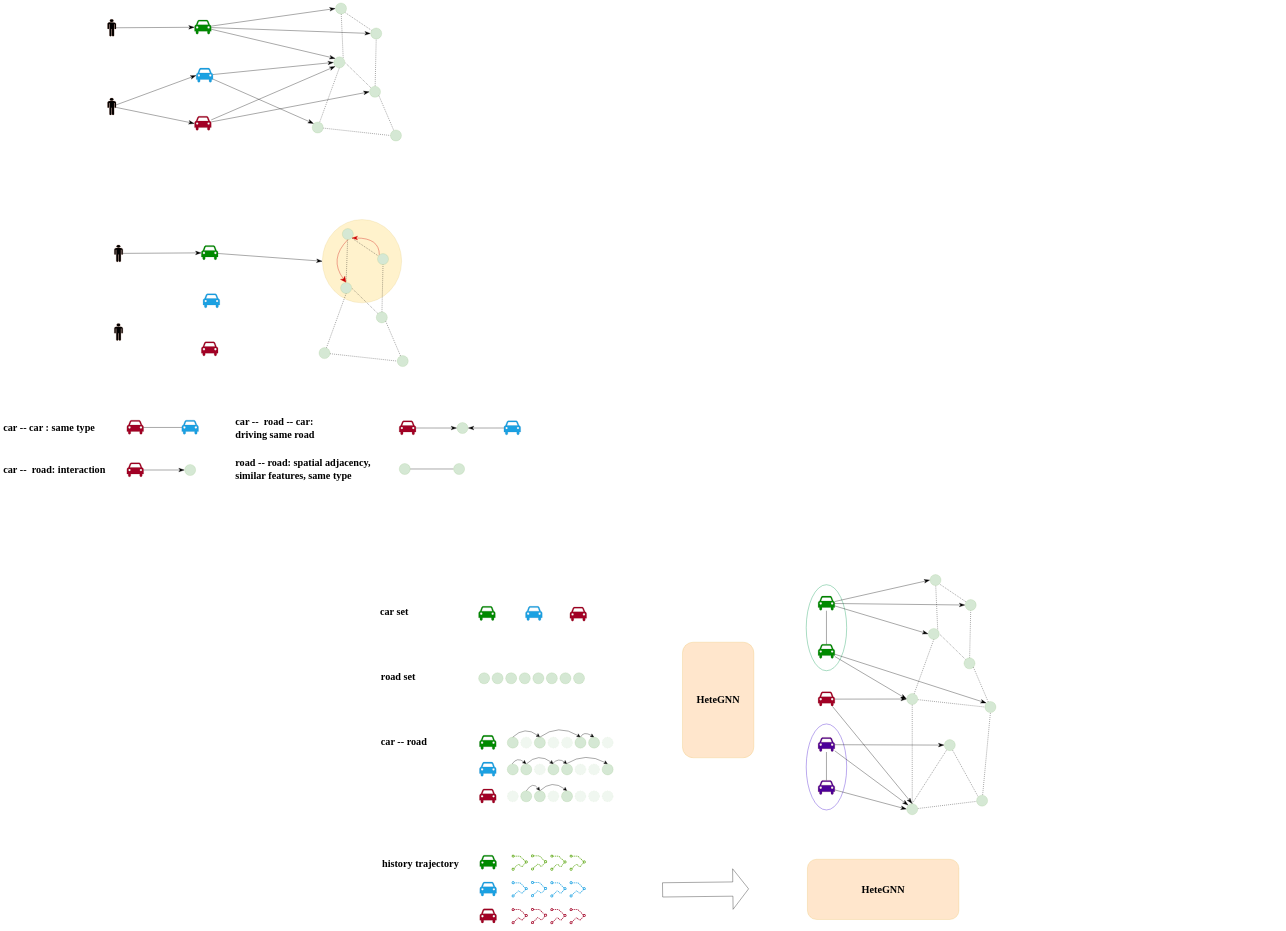
Earlier version of the draw.io diagram 车辆能耗预测.drawio (GPlaying/brain_map). Source tidied: cells renumbered, new cells numbered last; positions are measured from the earlier drawing's top-left corner, leaving out a move shared by most shapes. Both pictures are drawn from the tidied source at 17%, with x=0, y=0 at pixel (3, 3).
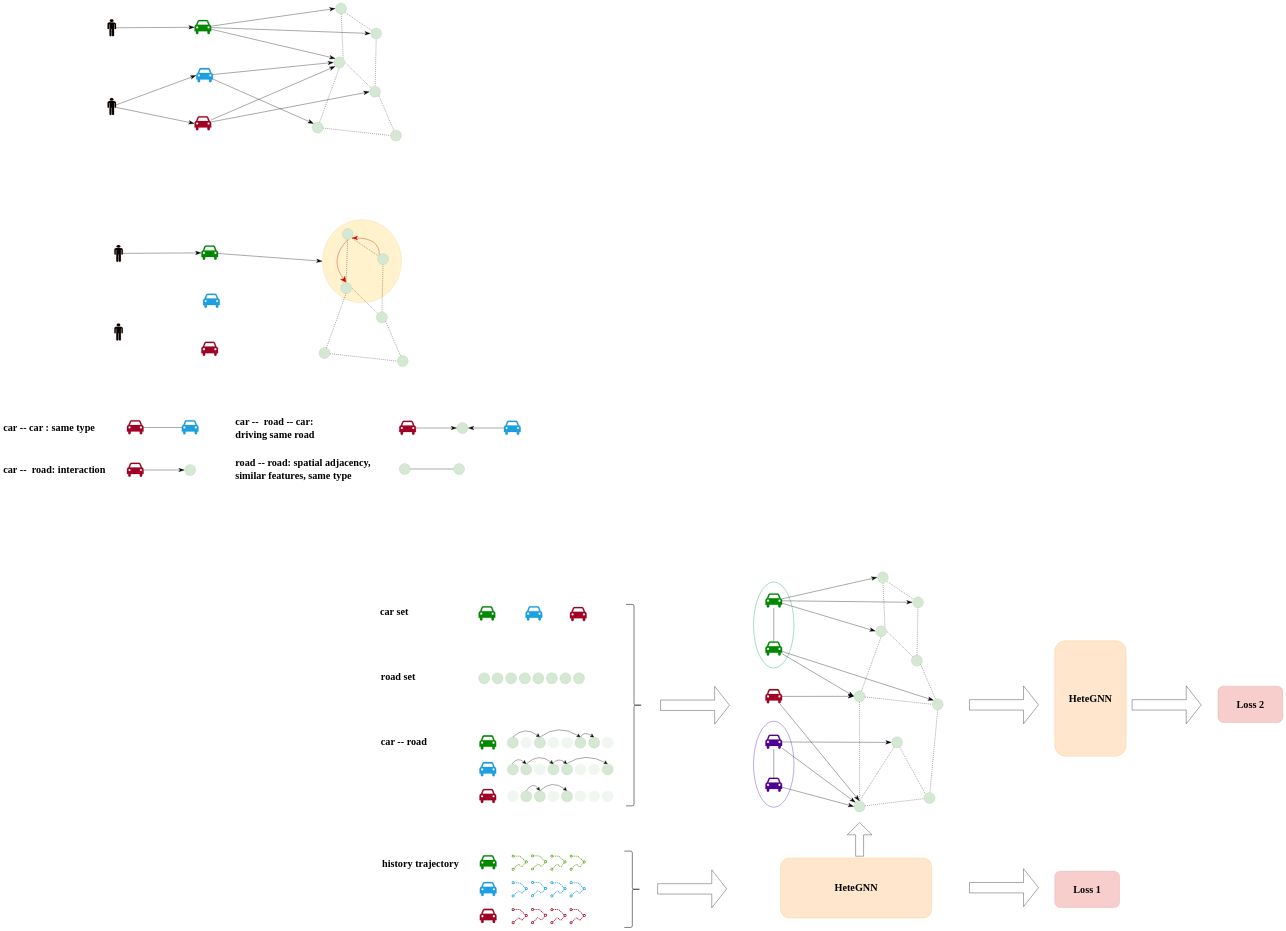
The same diagram, later.

Commit message (it also covers changes not shown here):
更新车辆能耗预测.drawio

Change to the diagram source:
```diff
@@
     <mxCell id="2" style="ellipse;whiteSpace=wrap;html=1;fontFamily=Helvetica;fontSize=11;fontColor=#ffffff;strokeColor=#3700CC;strokeWidth=2;fillColor=none;" parent="1" vertex="1">
-      <mxGeometry x="4725" y="4241" width="238" height="506" as="geometry" />
+      <mxGeometry x="4415" y="4225" width="238" height="506" as="geometry" />
     </mxCell>
     <mxCell id="3" style="ellipse;whiteSpace=wrap;html=1;fontFamily=Helvetica;fontSize=11;fontColor=default;strokeColor=#00994D;strokeWidth=2;" parent="1" vertex="1">
-      <mxGeometry x="4725" y="3422" width="238" height="506" as="geometry" />
+      <mxGeometry x="4415" y="3406" width="238" height="506" as="geometry" />
     </mxCell>
@@
     <mxCell id="76" style="shape=mxgraph.signs.transportation.car_4;html=1;fillColor=#008a00;strokeColor=#005700;verticalLabelPosition=bottom;verticalAlign=top;align=center;fontColor=#ffffff;" parent="1" vertex="1">
-      <mxGeometry x="4795" y="3489" width="98" height="86" as="geometry" />
+      <mxGeometry x="4485" y="3473" width="98" height="86" as="geometry" />
     </mxCell>
@@
     <mxCell id="79" style="shape=mxgraph.signs.transportation.car_4;html=1;fillColor=#008a00;strokeColor=#005700;verticalLabelPosition=bottom;verticalAlign=top;align=center;fontColor=#ffffff;" parent="1" vertex="1">
-      <mxGeometry x="4795" y="3772" width="98" height="86" as="geometry" />
+      <mxGeometry x="4485" y="3756" width="98" height="86" as="geometry" />
     </mxCell>
@@
     <mxCell id="82" style="shape=mxgraph.signs.transportation.car_4;html=1;fillColor=#a20025;strokeColor=#6F0000;verticalLabelPosition=bottom;verticalAlign=top;align=center;fontColor=#ffffff;" parent="1" vertex="1">
-      <mxGeometry x="4795" y="4052" width="98" height="86" as="geometry" />
+      <mxGeometry x="4485" y="4036" width="98" height="86" as="geometry" />
     </mxCell>
@@
     <mxCell id="85" style="shape=mxgraph.signs.transportation.car_4;html=1;fillColor=#4C0099;strokeColor=#6F0000;verticalLabelPosition=bottom;verticalAlign=top;align=center;fontColor=#ffffff;" parent="1" vertex="1">
-      <mxGeometry x="4795" y="4320" width="98" height="86" as="geometry" />
+      <mxGeometry x="4485" y="4304" width="98" height="86" as="geometry" />
     </mxCell>
@@
     <mxCell id="87" style="shape=mxgraph.signs.transportation.car_4;html=1;fillColor=#4C0099;strokeColor=#6F0000;verticalLabelPosition=bottom;verticalAlign=top;align=center;fontColor=#ffffff;" parent="1" vertex="1">
-      <mxGeometry x="4795" y="4573" width="98" height="86" as="geometry" />
+      <mxGeometry x="4485" y="4557" width="98" height="86" as="geometry" />
     </mxCell>
@@
     <mxCell id="91" style="ellipse;whiteSpace=wrap;html=1;fillColor=#d5e8d4;strokeColor=#82b366;" parent="1" vertex="1">
-      <mxGeometry x="5453" y="3362" width="65" height="65" as="geometry" />
+      <mxGeometry x="5143" y="3346" width="65" height="65" as="geometry" />
     </mxCell>
@@
     <mxCell id="93" style="ellipse;whiteSpace=wrap;html=1;fillColor=#d5e8d4;strokeColor=#82b366;" parent="1" vertex="1">
-      <mxGeometry x="5660" y="3509" width="65" height="65" as="geometry" />
+      <mxGeometry x="5350" y="3493" width="65" height="65" as="geometry" />
     </mxCell>
     <mxCell id="94" style="ellipse;whiteSpace=wrap;html=1;fillColor=#d5e8d4;strokeColor=#82b366;" parent="1" vertex="1">
-      <mxGeometry x="5443" y="3679" width="65" height="65" as="geometry" />
+      <mxGeometry x="5133" y="3663" width="65" height="65" as="geometry" />
     </mxCell>
@@
     <mxCell id="97" style="ellipse;whiteSpace=wrap;html=1;fillColor=#d5e8d4;strokeColor=#82b366;" parent="1" vertex="1">
-      <mxGeometry x="5653" y="3852" width="65" height="65" as="geometry" />
+      <mxGeometry x="5343" y="3836" width="65" height="65" as="geometry" />
     </mxCell>
@@
     <mxCell id="100" style="ellipse;whiteSpace=wrap;html=1;fillColor=#d5e8d4;strokeColor=#82b366;" parent="1" vertex="1">
-      <mxGeometry x="5316" y="4062" width="65" height="65" as="geometry" />
+      <mxGeometry x="5006" y="4046" width="65" height="65" as="geometry" />
     </mxCell>
@@
     <mxCell id="102" style="ellipse;whiteSpace=wrap;html=1;fillColor=#d5e8d4;strokeColor=#82b366;" parent="1" vertex="1">
-      <mxGeometry x="5776" y="4109" width="65" height="65" as="geometry" />
+      <mxGeometry x="5466" y="4093" width="65" height="65" as="geometry" />
     </mxCell>
@@
     <mxCell id="105" style="ellipse;whiteSpace=wrap;html=1;fillColor=#d5e8d4;strokeColor=#82b366;" parent="1" vertex="1">
-      <mxGeometry x="5537" y="4333" width="65" height="65" as="geometry" />
+      <mxGeometry x="5227" y="4317" width="65" height="65" as="geometry" />
     </mxCell>
@@
     <mxCell id="107" style="ellipse;whiteSpace=wrap;html=1;fillColor=#d5e8d4;strokeColor=#82b366;" parent="1" vertex="1">
-      <mxGeometry x="5727" y="4660" width="65" height="65" as="geometry" />
+      <mxGeometry x="5417" y="4644" width="65" height="65" as="geometry" />
     </mxCell>
@@
     <mxCell id="110" style="ellipse;whiteSpace=wrap;html=1;fillColor=#d5e8d4;strokeColor=#82b366;" parent="1" vertex="1">
-      <mxGeometry x="5316" y="4710" width="65" height="65" as="geometry" />
+      <mxGeometry x="5006" y="4694" width="65" height="65" as="geometry" />
     </mxCell>
@@
     <mxCell id="177" value="&lt;font size=&quot;1&quot; face=&quot;Times New Roman&quot;&gt;&lt;b style=&quot;font-size: 60px;&quot;&gt;HeteGNN&lt;/b&gt;&lt;/font&gt;" style="rounded=1;whiteSpace=wrap;html=1;fontFamily=Helvetica;fontSize=51;fillColor=#ffe6cc;strokeColor=#d79b00;" parent="1" vertex="1">
-      <mxGeometry x="4732" y="5037.1" width="891" height="354" as="geometry" />
+      <mxGeometry x="4573" y="5029" width="891" height="354" as="geometry" />
     </mxCell>
-    <mxCell id="178" style="shape=flexArrow;endArrow=classic;html=1;rounded=0;labelBackgroundColor=default;strokeColor=default;strokeWidth=2;align=center;verticalAlign=middle;fontFamily=Helvetica;fontSize=11;fontColor=default;startSize=16;endSize=30.22857142857143;endWidth=152.6530612244898;width=82.85714285714286;" parent="1" edge="1">
-      <mxGeometry relative="1" as="geometry">
-        <mxPoint x="3879" y="5217.1" as="sourcePoint" />
-        <mxPoint x="4387" y="5211.1" as="targetPoint" />
-      </mxGeometry>
-    </mxCell>
     <mxCell id="179" value="&lt;font size=&quot;1&quot; face=&quot;Times New Roman&quot;&gt;&lt;b style=&quot;font-size: 60px;&quot;&gt;HeteGNN&lt;/b&gt;&lt;/font&gt;" style="rounded=1;whiteSpace=wrap;html=1;fontFamily=Helvetica;fontSize=51;fillColor=#ffe6cc;strokeColor=#d79b00;" parent="1" vertex="1">
-      <mxGeometry x="3997" y="3760" width="420" height="680" as="geometry" />
+      <mxGeometry x="6187" y="3751" width="420" height="680" as="geometry" />
     </mxCell>
+    <mxCell id="180" style="shape=curlyBracket;whiteSpace=wrap;html=1;rounded=1;flipH=1;labelPosition=right;verticalLabelPosition=middle;align=left;verticalAlign=middle;fontFamily=Helvetica;fontSize=11;fontColor=default;strokeWidth=3;" parent="1" vertex="1">
+      <mxGeometry x="3665" y="3538" width="94" height="1185" as="geometry" />
+    </mxCell>
+    <mxCell id="181" style="shape=curlyBracket;whiteSpace=wrap;html=1;rounded=1;flipH=1;labelPosition=right;verticalLabelPosition=middle;align=left;verticalAlign=middle;fontFamily=Helvetica;fontSize=11;fontColor=default;strokeWidth=3;" parent="1" vertex="1">
+      <mxGeometry x="3655" y="4989" width="94" height="449" as="geometry" />
+    </mxCell>
+    <mxCell id="182" style="shape=flexArrow;endArrow=classic;html=1;rounded=0;labelBackgroundColor=default;strokeColor=default;strokeWidth=2;align=center;verticalAlign=middle;fontFamily=Helvetica;fontSize=11;fontColor=default;startSize=16;endSize=23.34;endWidth=96;width=46;" parent="1" edge="1">
+      <mxGeometry relative="1" as="geometry">
+        <mxPoint x="5039" y="5020" as="sourcePoint" />
+        <mxPoint x="5039" y="4820" as="targetPoint" />
+      </mxGeometry>
+    </mxCell>
+    <mxCell id="183" style="shape=flexArrow;endArrow=classic;html=1;rounded=0;labelBackgroundColor=default;strokeColor=default;strokeWidth=2;align=center;verticalAlign=middle;fontFamily=Helvetica;fontSize=11;fontColor=default;startSize=16;endSize=28.56666666666667;endWidth=160;width=60;" parent="1" edge="1">
+      <mxGeometry relative="1" as="geometry">
+        <mxPoint x="3867" y="4131" as="sourcePoint" />
+        <mxPoint x="4275" y="4131" as="targetPoint" />
+      </mxGeometry>
+    </mxCell>
+    <mxCell id="184" style="shape=flexArrow;endArrow=classic;html=1;rounded=0;labelBackgroundColor=default;strokeColor=default;strokeWidth=2;align=center;verticalAlign=middle;fontFamily=Helvetica;fontSize=11;fontColor=default;startSize=16;endSize=28.56666666666667;endWidth=160;width=60;" parent="1" edge="1">
+      <mxGeometry relative="1" as="geometry">
+        <mxPoint x="3850" y="5211.2" as="sourcePoint" />
+        <mxPoint x="4258" y="5211.2" as="targetPoint" />
+      </mxGeometry>
+    </mxCell>
+    <mxCell id="185" style="shape=flexArrow;endArrow=classic;html=1;rounded=0;labelBackgroundColor=default;strokeColor=default;strokeWidth=2;align=center;verticalAlign=middle;fontFamily=Helvetica;fontSize=11;fontColor=default;startSize=16;endSize=28.56666666666667;endWidth=160;width=60;" parent="1" edge="1">
+      <mxGeometry relative="1" as="geometry">
+        <mxPoint x="5684" y="4128.8" as="sourcePoint" />
+        <mxPoint x="6092" y="4128.8" as="targetPoint" />
+      </mxGeometry>
+    </mxCell>
+    <mxCell id="186" style="shape=flexArrow;endArrow=classic;html=1;rounded=0;labelBackgroundColor=default;strokeColor=default;strokeWidth=2;align=center;verticalAlign=middle;fontFamily=Helvetica;fontSize=11;fontColor=default;startSize=16;endSize=28.56666666666667;endWidth=160;width=60;" parent="1" edge="1">
+      <mxGeometry relative="1" as="geometry">
+        <mxPoint x="5684" y="5204.3" as="sourcePoint" />
+        <mxPoint x="6092" y="5204.3" as="targetPoint" />
+      </mxGeometry>
+    </mxCell>
+    <mxCell id="187" value="&lt;font size=&quot;1&quot; face=&quot;Times New Roman&quot;&gt;&lt;b style=&quot;font-size: 60px;&quot;&gt;Loss 1&lt;/b&gt;&lt;/font&gt;" style="rounded=1;whiteSpace=wrap;html=1;fontFamily=Helvetica;fontSize=51;fillColor=#f8cecc;strokeColor=#b85450;" parent="1" vertex="1">
+      <mxGeometry x="6187" y="5107.2" width="381" height="213.9" as="geometry" />
+    </mxCell>
+    <mxCell id="188" value="&lt;font size=&quot;1&quot; face=&quot;Times New Roman&quot;&gt;&lt;b style=&quot;font-size: 60px;&quot;&gt;Loss 2&lt;/b&gt;&lt;/font&gt;" style="rounded=1;whiteSpace=wrap;html=1;fontFamily=Helvetica;fontSize=51;fillColor=#f8cecc;strokeColor=#b85450;" parent="1" vertex="1">
+      <mxGeometry x="7147" y="4018.6" width="381" height="213.9" as="geometry" />
+    </mxCell>
+    <mxCell id="189" style="shape=flexArrow;endArrow=classic;html=1;rounded=0;labelBackgroundColor=default;strokeColor=default;strokeWidth=2;align=center;verticalAlign=middle;fontFamily=Helvetica;fontSize=11;fontColor=default;startSize=16;endSize=28.56666666666667;endWidth=160;width=60;" parent="1" edge="1">
+      <mxGeometry relative="1" as="geometry">
+        <mxPoint x="6641" y="4128.8" as="sourcePoint" />
+        <mxPoint x="7049" y="4128.8" as="targetPoint" />
+      </mxGeometry>
+    </mxCell>
```
